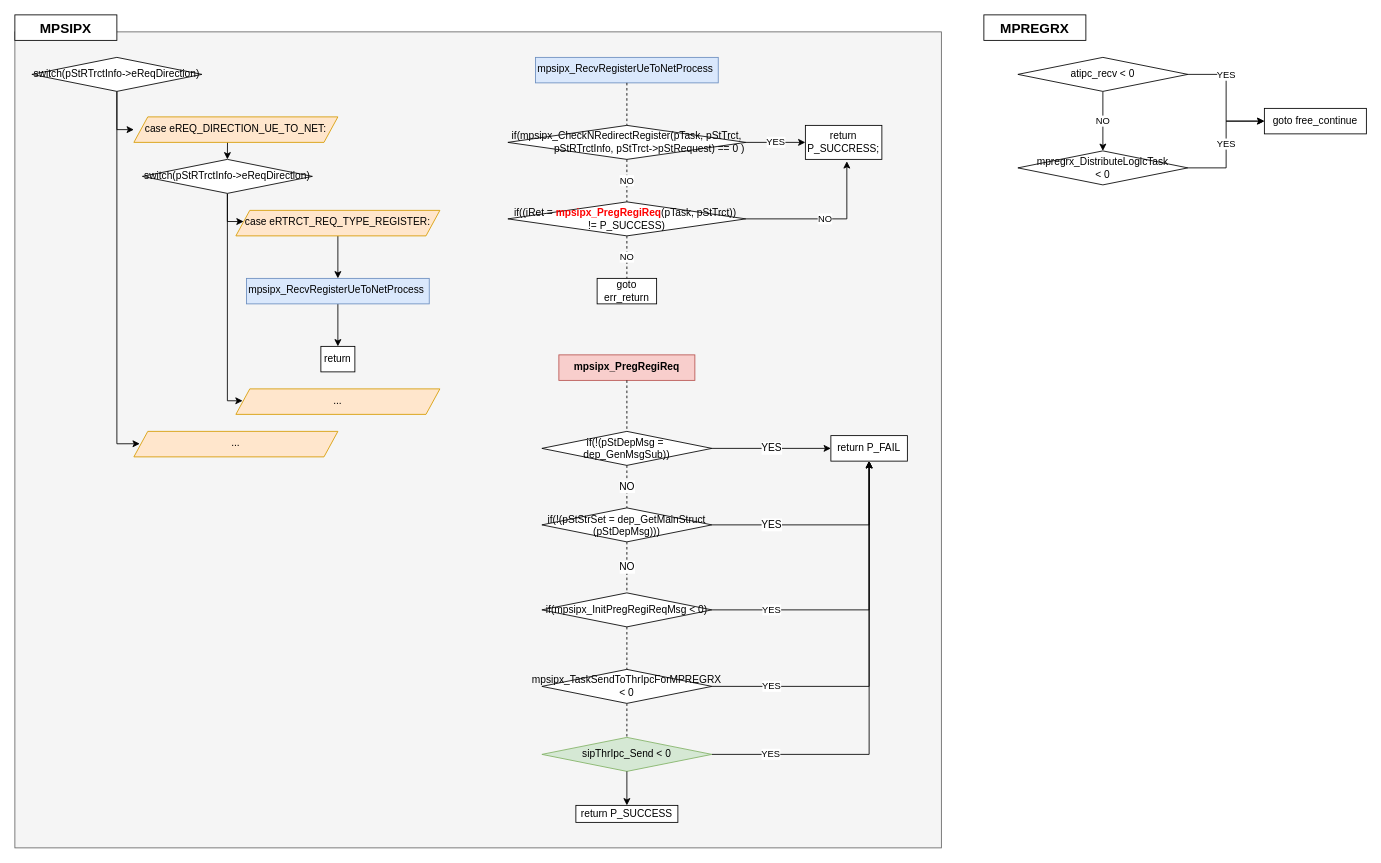
Above: page "REGISTER FLOW" (5 of 5) of MPSIPX.drawio in JaeHyeon774/NEWTIL (draw.io), before the change. Source tidied: cells renumbered, new cells numbered last; positions are measured from the earlier drawing's top-left corner, leaving out a move shared by most shapes. Both pictures are drawn from the tidied source at 85%, with x=0, y=0 at pixel (14, 14).
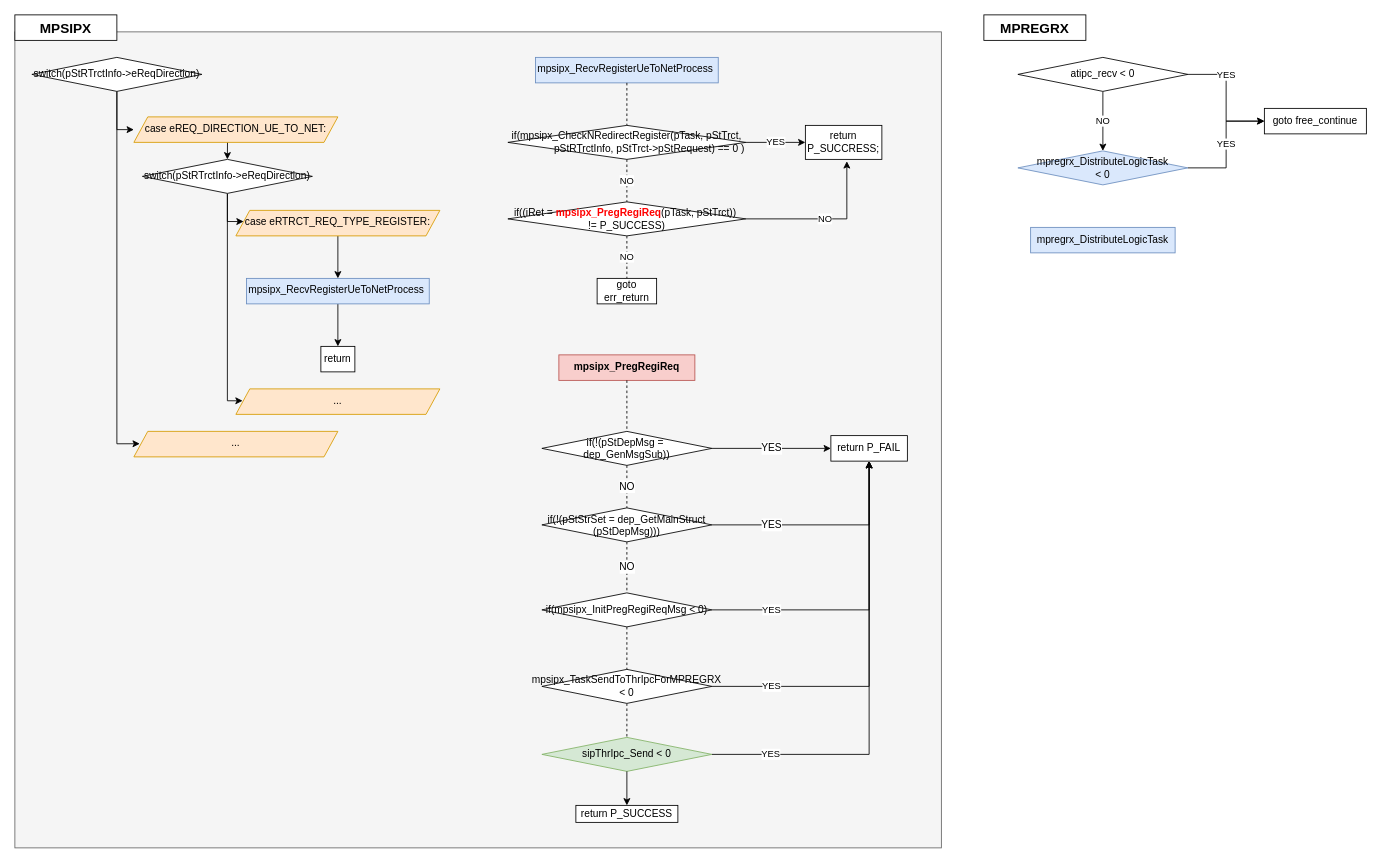
After the change.

Change to the diagram source:
```diff
@@
-    <mxCell id="54" value="mpregrx_DistributeLogicTask&lt;div&gt;&amp;lt; 0&lt;/div&gt;" style="rhombus;whiteSpace=wrap;html=1;" parent="1" vertex="1">
+    <mxCell id="54" value="mpregrx_DistributeLogicTask&lt;div&gt;&amp;lt; 0&lt;/div&gt;" style="rhombus;whiteSpace=wrap;html=1;fillColor=#dae8fc;strokeColor=#6c8ebf;" parent="1" vertex="1">
       <mxGeometry x="1180" y="160" width="200" height="40" as="geometry" />
     </mxCell>
+    <mxCell id="55" value="mpregrx_DistributeLogicTask" style="rounded=0;whiteSpace=wrap;html=1;fillColor=#dae8fc;strokeColor=#6c8ebf;" parent="1" vertex="1">
+      <mxGeometry x="1195" y="250" width="170" height="30" as="geometry" />
+    </mxCell>
```
